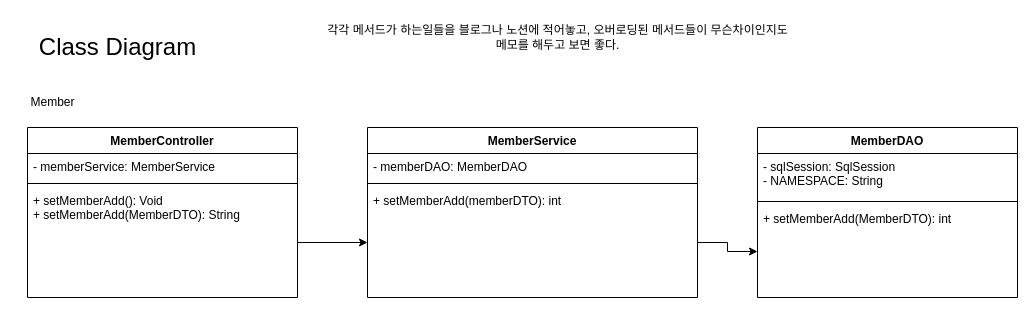
This is page "Class Diagram - Member" (3 of 4) of Flow.drawio from YU3727/GDJ60_Spring, a draw.io file, before an edit. Source tidied: cells renumbered, new cells numbered last; positions are measured from the earlier drawing's top-left corner, leaving out a move shared by most shapes. Both pictures are drawn from the tidied source at 100%, with x=0, y=0 at pixel (17, 17).
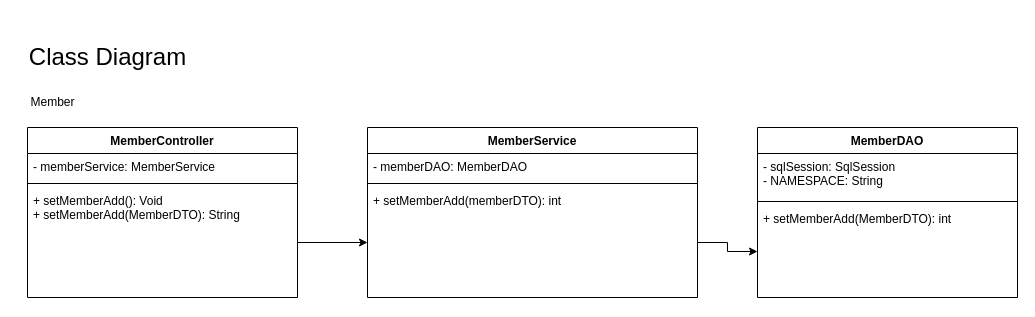
The same page after the edit.

Change to the diagram source:
```diff
@@
 <mxGraphModel>
   <root>
     <mxCell id="0" />
     <mxCell id="1" parent="0" />
     <mxCell id="2" value="&lt;font style=&quot;font-size: 24px;&quot;&gt;Class Diagram&lt;/font&gt;" style="text;html=1;align=center;verticalAlign=middle;strokeColor=none;fillColor=none;" parent="1" vertex="1">
-      <mxGeometry x="10" y="10" width="180" height="40" as="geometry" />
+      <mxGeometry y="20" width="180" height="40" as="geometry" />
     </mxCell>
-    <mxCell id="3" value="각각 메서드가 하는일들을 블로그나 노션에 적어놓고, 오버로딩된 메서드들이 무슨차이인지도&lt;br&gt;메모를 해두고 보면 좋다." style="text;html=1;align=center;verticalAlign=middle;strokeColor=none;fillColor=none;fontSize=12;" parent="1" vertex="1">
-      <mxGeometry x="280" width="520" height="40" as="geometry" />
-    </mxCell>
     <mxCell id="4" value="MemberDAO&#10;" style="swimlane;fontStyle=1;align=center;verticalAlign=top;horizontal=1;startSize=26;fontSize=12;" parent="1" vertex="1">
       <mxGeometry x="740" y="110" width="260" height="170" as="geometry" />
     </mxCell>
     <mxCell id="5" value="- sqlSession: SqlSession&#10;- NAMESPACE: String" style="text;strokeColor=none;fillColor=none;align=left;verticalAlign=top;spacingLeft=4;spacingRight=4;overflow=hidden;fontSize=12;" parent="4" vertex="1">
       <mxGeometry y="26" width="260" height="44" as="geometry" />
     </mxCell>
     <mxCell id="6" style="line;strokeWidth=1;fillColor=none;align=left;verticalAlign=middle;spacingTop=-1;spacingLeft=3;spacingRight=3;labelPosition=right;strokeColor=inherit;fontSize=12;" parent="4" vertex="1">
       <mxGeometry y="70" width="260" height="8" as="geometry" />
     </mxCell>
     <mxCell id="7" value="+ setMemberAdd(MemberDTO): int" style="text;strokeColor=none;fillColor=none;align=left;verticalAlign=top;spacingLeft=4;spacingRight=4;overflow=hidden;points=[[0,0.5],[1,0.5]];portConstraint=eastwest;fontSize=12;" parent="4" vertex="1">
       <mxGeometry y="78" width="260" height="92" as="geometry" />
     </mxCell>
     <mxCell id="8" value="Member" style="text;html=1;align=center;verticalAlign=middle;strokeColor=none;fillColor=none;fontSize=12;" parent="1" vertex="1">
       <mxGeometry y="70" width="70" height="30" as="geometry" />
     </mxCell>
     <mxCell id="9" value="MemberService" style="swimlane;fontStyle=1;align=center;verticalAlign=top;horizontal=1;startSize=26;fontSize=12;" parent="1" vertex="1">
       <mxGeometry x="350" y="110" width="330" height="170" as="geometry" />
     </mxCell>
     <mxCell id="10" value="- memberDAO: MemberDAO" style="text;strokeColor=none;fillColor=none;align=left;verticalAlign=top;spacingLeft=4;spacingRight=4;overflow=hidden;fontSize=12;" parent="9" vertex="1">
       <mxGeometry y="26" width="330" height="26" as="geometry" />
     </mxCell>
     <mxCell id="11" style="line;strokeWidth=1;fillColor=none;align=left;verticalAlign=middle;spacingTop=-1;spacingLeft=3;spacingRight=3;labelPosition=right;strokeColor=inherit;fontSize=12;" parent="9" vertex="1">
       <mxGeometry y="52" width="330" height="8" as="geometry" />
     </mxCell>
     <mxCell id="12" value="+ setMemberAdd(memberDTO): int" style="text;strokeColor=none;fillColor=none;align=left;verticalAlign=top;spacingLeft=4;spacingRight=4;overflow=hidden;points=[[0,0.5],[1,0.5]];portConstraint=eastwest;fontSize=12;" parent="9" vertex="1">
       <mxGeometry y="60" width="330" height="110" as="geometry" />
     </mxCell>
     <mxCell id="13" value="MemberController" style="swimlane;fontStyle=1;align=center;verticalAlign=top;horizontal=1;startSize=26;fontSize=12;" parent="1" vertex="1">
       <mxGeometry x="10" y="110" width="270" height="170" as="geometry" />
     </mxCell>
     <mxCell id="14" value="- memberService: MemberService" style="text;strokeColor=none;fillColor=none;align=left;verticalAlign=top;spacingLeft=4;spacingRight=4;overflow=hidden;fontSize=12;" parent="13" vertex="1">
       <mxGeometry y="26" width="270" height="26" as="geometry" />
     </mxCell>
     <mxCell id="15" style="line;strokeWidth=1;fillColor=none;align=left;verticalAlign=middle;spacingTop=-1;spacingLeft=3;spacingRight=3;labelPosition=right;strokeColor=inherit;fontSize=12;" parent="13" vertex="1">
       <mxGeometry y="52" width="270" height="8" as="geometry" />
     </mxCell>
     <mxCell id="16" value="+ setMemberAdd(): Void&#10;+ setMemberAdd(MemberDTO): String" style="text;strokeColor=none;fillColor=none;align=left;verticalAlign=top;spacingLeft=4;spacingRight=4;overflow=hidden;points=[[0,0.5],[1,0.5]];portConstraint=eastwest;fontSize=12;" parent="13" vertex="1">
       <mxGeometry y="60" width="270" height="110" as="geometry" />
     </mxCell>
     <mxCell id="17" style="edgeStyle=orthogonalEdgeStyle;rounded=0;jettySize=auto;html=1;fontSize=12;" parent="1" edge="1" source="16" target="12">
       <mxGeometry relative="1" as="geometry" />
     </mxCell>
     <mxCell id="18" style="edgeStyle=orthogonalEdgeStyle;rounded=0;jettySize=auto;html=1;fontSize=12;" parent="1" edge="1" source="12" target="7">
       <mxGeometry relative="1" as="geometry" />
     </mxCell>
   </root>
 </mxGraphModel>
```
